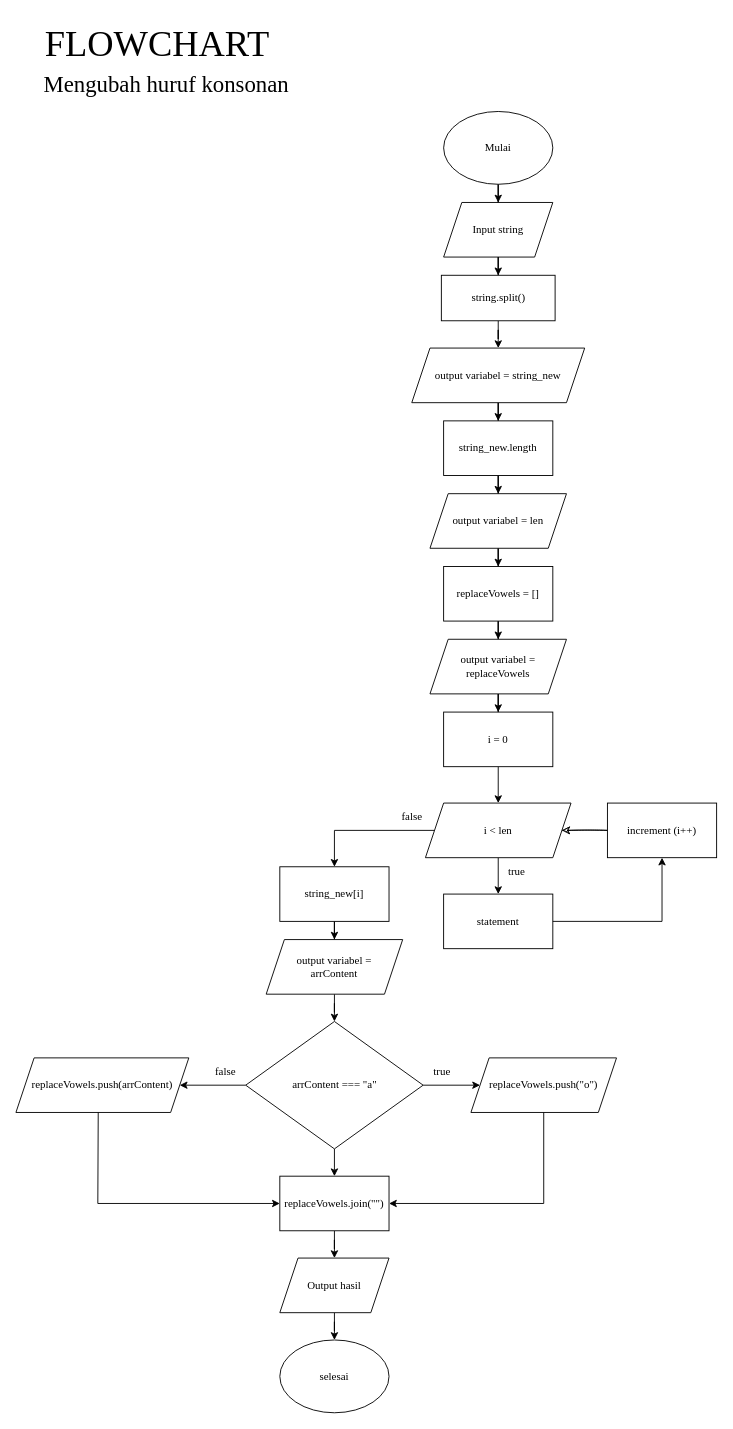
This is week2/Algoritma Dasar & Flowchart/dataFlowchart/task1B.drawio from ryanagungsamudra/fazztrack, a draw.io file, before an edit. Source tidied: cells renumbered, new cells numbered last; positions are measured from the earlier drawing's top-left corner, leaving out a move shared by most shapes. Both pictures are drawn from the tidied source at 91%, with x=0, y=0 at pixel (15, 15).
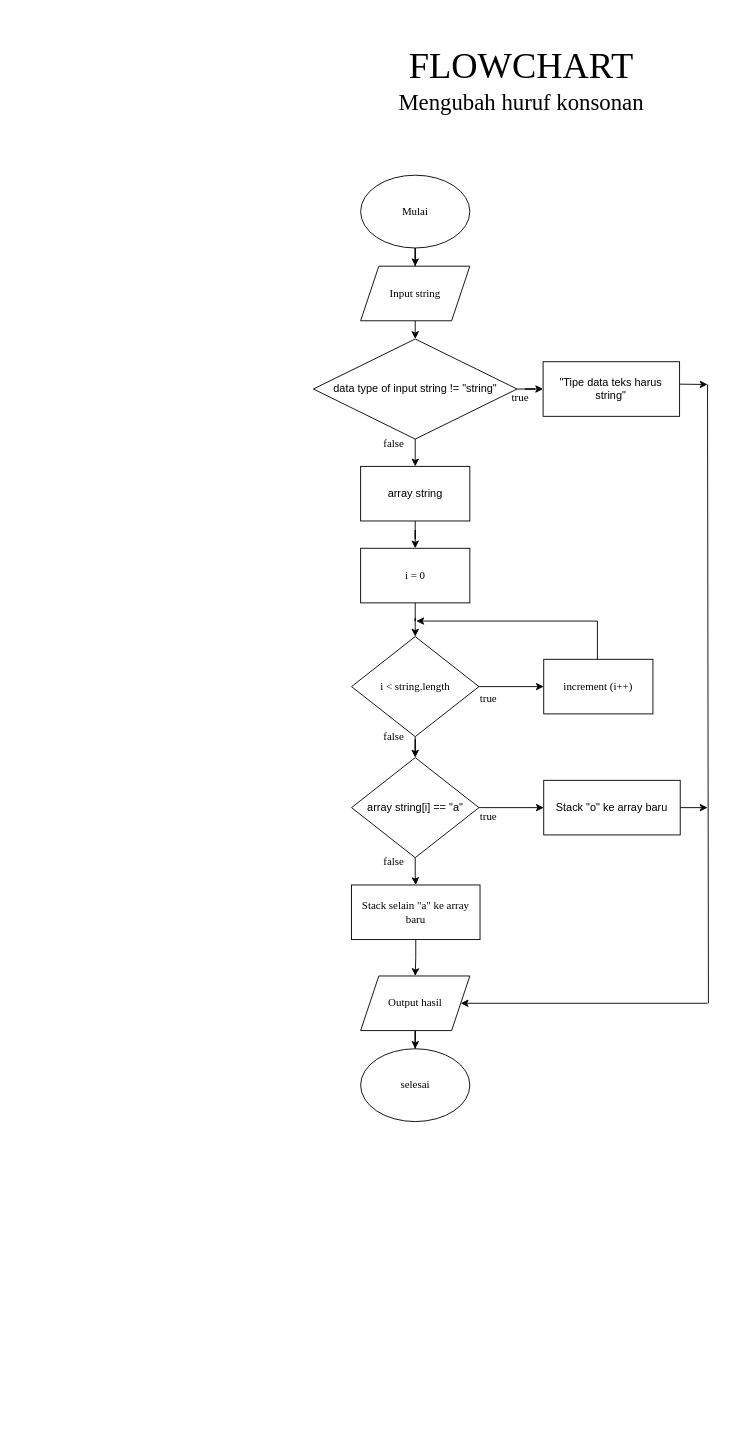
After the change.

The edit, as a diff of the source:
```diff
@@
     <mxCell id="3" value="Mulai" style="ellipse;whiteSpace=wrap;html=1;fontFamily=Times New Roman;fontStyle=0;" parent="1" vertex="1">
-      <mxGeometry x="470" y="105" width="120" height="80" as="geometry" />
+      <mxGeometry x="378.8" y="175" width="120" height="80" as="geometry" />
     </mxCell>
-    <mxCell id="4" style="edgeStyle=orthogonalEdgeStyle;rounded=0;jettySize=auto;html=1;fontFamily=Times New Roman;fontStyle=0;" parent="1" edge="1" source="5" target="7">
-      <mxGeometry relative="1" as="geometry" />
-    </mxCell>
+    <mxCell id="54" style="edgeStyle=orthogonalEdgeStyle;rounded=0;jettySize=auto;html=1;" parent="1" edge="1" source="5" target="72">
+      <mxGeometry relative="1" as="geometry" />
+    </mxCell>
     <mxCell id="5" value="Input string" style="shape=parallelogram;perimeter=parallelogramPerimeter;whiteSpace=wrap;html=1;fixedSize=1;fontFamily=Times New Roman;fontStyle=0;" parent="1" vertex="1">
-      <mxGeometry x="470" y="205" width="120" height="60" as="geometry" />
+      <mxGeometry x="378.8" y="275" width="120" height="60" as="geometry" />
     </mxCell>
-    <mxCell id="6" style="edgeStyle=orthogonalEdgeStyle;rounded=0;jettySize=auto;html=1;fontFamily=Times New Roman;fontStyle=0;" parent="1" edge="1" source="7" target="9">
-      <mxGeometry relative="1" as="geometry" />
+    <mxCell id="6" style="edgeStyle=orthogonalEdgeStyle;rounded=0;orthogonalLoop=1;jettySize=auto;html=1;fontFamily=Times New Roman;fontStyle=0;" parent="1" edge="1">
+      <mxGeometry relative="1" as="geometry">
+        <mxPoint x="530" y="345" as="sourcePoint" />
+      </mxGeometry>
     </mxCell>
-    <mxCell id="7" value="string.split()" style="whiteSpace=wrap;html=1;fontFamily=Times New Roman;fontStyle=0;" parent="1" vertex="1">
-      <mxGeometry x="467.5" y="285" width="125" height="50" as="geometry" />
-    </mxCell>
-    <mxCell id="8" style="edgeStyle=orthogonalEdgeStyle;rounded=0;jettySize=auto;html=1;fontFamily=Times New Roman;fontStyle=0;" parent="1" edge="1" source="9" target="11">
-      <mxGeometry relative="1" as="geometry" />
+    <mxCell id="8" style="edgeStyle=orthogonalEdgeStyle;rounded=0;orthogonalLoop=1;jettySize=auto;html=1;fontFamily=Times New Roman;fontStyle=0;" parent="1" edge="1">
+      <mxGeometry relative="1" as="geometry">
+        <mxPoint x="530" y="425" as="sourcePoint" />
+      </mxGeometry>
     </mxCell>
-    <mxCell id="9" value="output variabel = string_new" style="shape=parallelogram;perimeter=parallelogramPerimeter;whiteSpace=wrap;html=1;fixedSize=1;fontFamily=Times New Roman;fontStyle=0;" parent="1" vertex="1">
-      <mxGeometry x="435" y="365" width="190" height="60" as="geometry" />
-    </mxCell>
-    <mxCell id="10" style="edgeStyle=orthogonalEdgeStyle;rounded=0;jettySize=auto;html=1;fontFamily=Times New Roman;fontStyle=0;" parent="1" edge="1" source="11" target="13">
-      <mxGeometry relative="1" as="geometry" />
+    <mxCell id="10" style="edgeStyle=orthogonalEdgeStyle;rounded=0;orthogonalLoop=1;jettySize=auto;html=1;fontFamily=Times New Roman;fontStyle=0;" parent="1" edge="1">
+      <mxGeometry relative="1" as="geometry">
+        <mxPoint x="530" y="505" as="sourcePoint" />
+      </mxGeometry>
     </mxCell>
-    <mxCell id="11" value="string_new.length" style="rounded=0;whiteSpace=wrap;html=1;fontFamily=Times New Roman;fontStyle=0;" parent="1" vertex="1">
-      <mxGeometry x="470" y="445" width="120" height="60" as="geometry" />
-    </mxCell>
-    <mxCell id="12" style="edgeStyle=orthogonalEdgeStyle;rounded=0;sketch=0;jettySize=auto;html=1;fontFamily=Times New Roman;entryX=0.5;entryY=0;entryDx=0;entryDy=0;" parent="1" edge="1" source="13" target="40">
-      <mxGeometry relative="1" as="geometry" />
-    </mxCell>
-    <mxCell id="13" value="output variabel = len" style="shape=parallelogram;perimeter=parallelogramPerimeter;whiteSpace=wrap;html=1;fixedSize=1;fontFamily=Times New Roman;fontStyle=0;" parent="1" vertex="1">
-      <mxGeometry x="455" y="525" width="150" height="60" as="geometry" />
-    </mxCell>
-    <mxCell id="14" style="edgeStyle=orthogonalEdgeStyle;rounded=0;sketch=0;jettySize=auto;html=1;fontFamily=Times New Roman;entryX=0.5;entryY=0;entryDx=0;entryDy=0;" parent="1" edge="1" source="15" target="22">
-      <mxGeometry relative="1" as="geometry" />
-    </mxCell>
+    <mxCell id="55" style="edgeStyle=orthogonalEdgeStyle;rounded=0;jettySize=auto;html=1;fontFamily=Times New Roman;fontStyle=0;entryX=0.5;entryY=0;entryDx=0;entryDy=0;" parent="1" edge="1" source="15" target="69">
+      <mxGeometry relative="1" as="geometry" />
+    </mxCell>
     <mxCell id="15" value="i = 0" style="rounded=0;whiteSpace=wrap;html=1;fontFamily=Times New Roman;fontStyle=0;" parent="1" vertex="1">
-      <mxGeometry x="470" y="765" width="120" height="60" as="geometry" />
+      <mxGeometry x="378.8" y="585" width="120" height="60" as="geometry" />
     </mxCell>
-    <mxCell id="16" style="edgeStyle=orthogonalEdgeStyle;rounded=0;jettySize=auto;html=1;fontFamily=Times New Roman;fontStyle=0;" parent="1" edge="1" source="19" target="23">
-      <mxGeometry relative="1" as="geometry" />
-    </mxCell>
-    <mxCell id="17" style="edgeStyle=orthogonalEdgeStyle;rounded=0;jettySize=auto;html=1;fontFamily=Times New Roman;fontStyle=0;" parent="1" edge="1" source="19" target="24">
-      <mxGeometry relative="1" as="geometry" />
-    </mxCell>
-    <mxCell id="18" style="edgeStyle=orthogonalEdgeStyle;rounded=0;jettySize=auto;html=1;fontFamily=Times New Roman;fontStyle=0;" parent="1" edge="1" source="19">
-      <mxGeometry relative="1" as="geometry">
-        <mxPoint x="350" y="1275" as="targetPoint" />
-      </mxGeometry>
-    </mxCell>
-    <mxCell id="19" value="arrContent === &quot;a&quot;" style="rhombus;whiteSpace=wrap;html=1;fontFamily=Times New Roman;fontStyle=0;" parent="1" vertex="1">
-      <mxGeometry x="252.5" y="1105" width="195" height="140" as="geometry" />
-    </mxCell>
-    <mxCell id="20" style="edgeStyle=orthogonalEdgeStyle;rounded=0;jettySize=auto;html=1;exitX=0;exitY=0.5;exitDx=0;exitDy=0;fontFamily=Times New Roman;fontStyle=0;entryX=0.5;entryY=0;entryDx=0;entryDy=0;" parent="1" edge="1" source="22" target="49">
-      <mxGeometry relative="1" as="geometry">
-        <Array as="points">
-          <mxPoint x="350" y="895" />
-        </Array>
-      </mxGeometry>
-    </mxCell>
-    <mxCell id="21" style="edgeStyle=orthogonalEdgeStyle;rounded=0;sketch=0;jettySize=auto;html=1;fontFamily=Times New Roman;fontStyle=0;" parent="1" edge="1" source="22" target="35">
-      <mxGeometry relative="1" as="geometry" />
-    </mxCell>
-    <mxCell id="22" value="i &amp;lt; len" style="shape=parallelogram;perimeter=parallelogramPerimeter;whiteSpace=wrap;html=1;fixedSize=1;fontFamily=Times New Roman;fontStyle=0;" parent="1" vertex="1">
-      <mxGeometry x="450" y="865" width="160" height="60" as="geometry" />
-    </mxCell>
-    <mxCell id="23" value="replaceVowels.push(&quot;o&quot;)" style="shape=parallelogram;perimeter=parallelogramPerimeter;whiteSpace=wrap;html=1;fixedSize=1;fontFamily=Times New Roman;fontStyle=0;" parent="1" vertex="1">
-      <mxGeometry x="500" y="1145" width="160" height="60" as="geometry" />
-    </mxCell>
-    <mxCell id="24" value="replaceVowels.push(arrContent)" style="shape=parallelogram;perimeter=parallelogramPerimeter;whiteSpace=wrap;html=1;fixedSize=1;fontFamily=Times New Roman;fontStyle=0;" parent="1" vertex="1">
-      <mxGeometry y="1145" width="190" height="60" as="geometry" />
-    </mxCell>
+    <mxCell id="56" style="edgeStyle=orthogonalEdgeStyle;rounded=0;sketch=0;jettySize=auto;html=1;entryX=0;entryY=0.5;entryDx=0;entryDy=0;exitX=1;exitY=0.5;exitDx=0;exitDy=0;" parent="1" edge="1" source="69" target="34">
+      <mxGeometry relative="1" as="geometry" />
+    </mxCell>
+    <mxCell id="57" style="edgeStyle=orthogonalEdgeStyle;rounded=0;sketch=0;jettySize=auto;html=1;exitX=0.5;exitY=1;exitDx=0;exitDy=0;" parent="1" edge="1" source="69" target="63">
+      <mxGeometry relative="1" as="geometry" />
+    </mxCell>
+    <mxCell id="58" style="edgeStyle=orthogonalEdgeStyle;rounded=0;sketch=0;jettySize=auto;html=1;exitX=0.5;exitY=1;exitDx=0;exitDy=0;" parent="1" edge="1" source="68" target="46">
+      <mxGeometry relative="1" as="geometry" />
+    </mxCell>
+    <mxCell id="45" style="edgeStyle=orthogonalEdgeStyle;rounded=0;jettySize=auto;html=1;fontFamily=Times New Roman;fontStyle=0;" parent="1" edge="1" source="46" target="25">
+      <mxGeometry relative="1" as="geometry" />
+    </mxCell>
+    <mxCell id="46" value="Output hasil" style="shape=parallelogram;perimeter=parallelogramPerimeter;whiteSpace=wrap;html=1;fixedSize=1;fontFamily=Times New Roman;fontStyle=0;" parent="1" vertex="1">
+      <mxGeometry x="378.8" y="1055" width="120" height="60" as="geometry" />
+    </mxCell>
     <mxCell id="25" value="selesai" style="ellipse;whiteSpace=wrap;html=1;fontFamily=Times New Roman;fontStyle=0;" parent="1" vertex="1">
-      <mxGeometry x="290" y="1455" width="120" height="80" as="geometry" />
+      <mxGeometry x="378.8" y="1135" width="120" height="80" as="geometry" />
     </mxCell>
-    <mxCell id="26" value="false" style="text;html=1;align=center;verticalAlign=middle;strokeColor=none;fillColor=none;fontFamily=Times New Roman;fontStyle=0;" parent="1" vertex="1">
-      <mxGeometry x="205" y="1145" width="50" height="30" as="geometry" />
-    </mxCell>
-    <mxCell id="27" value="true" style="text;html=1;align=center;verticalAlign=middle;strokeColor=none;fillColor=none;fontFamily=Times New Roman;fontStyle=0;" parent="1" vertex="1">
-      <mxGeometry x="447.5" y="1145" width="40" height="30" as="geometry" />
-    </mxCell>
-    <mxCell id="28" style="endArrow=none;html=1;rounded=0;fontFamily=Times New Roman;fontStyle=0;entryX=0.5;entryY=1;entryDx=0;entryDy=0;" parent="1" edge="1" target="23">
+    <mxCell id="28" style="endArrow=none;html=1;rounded=0;fontFamily=Times New Roman;fontStyle=0;" parent="1" edge="1">
       <mxGeometry relative="1" as="geometry">
-        <mxPoint x="580" y="1305" as="sourcePoint" />
+        <mxPoint x="761" y="1085" as="sourcePoint" />
+        <mxPoint x="760" y="405" as="targetPoint" />
       </mxGeometry>
     </mxCell>
-    <mxCell id="29" style="endArrow=classic;html=1;rounded=0;entryX=1;entryY=0.5;entryDx=0;entryDy=0;fontFamily=Times New Roman;fontStyle=0;" parent="1" edge="1" target="44">
+    <mxCell id="29" style="endArrow=classic;html=1;rounded=0;fontFamily=Times New Roman;fontStyle=0;entryX=1;entryY=0.5;entryDx=0;entryDy=0;" parent="1" edge="1" target="46">
       <mxGeometry relative="1" as="geometry">
-        <mxPoint x="580" y="1305" as="sourcePoint" />
+        <mxPoint x="760" y="1085" as="sourcePoint" />
       </mxGeometry>
     </mxCell>
-    <mxCell id="30" style="endArrow=none;html=1;rounded=0;entryX=0.476;entryY=0.999;entryDx=0;entryDy=0;fontFamily=Times New Roman;fontStyle=0;entryPerimeter=0;" parent="1" edge="1" target="24">
-      <mxGeometry relative="1" as="geometry">
-        <mxPoint x="90" y="1305" as="sourcePoint" />
-      </mxGeometry>
-    </mxCell>
-    <mxCell id="31" style="endArrow=classic;html=1;rounded=0;entryX=0;entryY=0.5;entryDx=0;entryDy=0;fontFamily=Times New Roman;fontStyle=0;" parent="1" edge="1" target="44">
-      <mxGeometry relative="1" as="geometry">
-        <mxPoint x="90" y="1305" as="sourcePoint" />
-      </mxGeometry>
-    </mxCell>
     <mxCell id="32" value="false" style="text;html=1;align=center;verticalAlign=middle;strokeColor=none;fillColor=none;fontFamily=Times New Roman;fontStyle=0;" parent="1" vertex="1">
-      <mxGeometry x="410" y="865" width="50" height="30" as="geometry" />
+      <mxGeometry x="390" y="777" width="50" height="30" as="geometry" />
     </mxCell>
-    <mxCell id="33" style="edgeStyle=orthogonalEdgeStyle;rounded=0;sketch=1;jettySize=auto;html=1;entryX=1;entryY=0.5;entryDx=0;entryDy=0;fontFamily=Times New Roman;fontStyle=0;" parent="1" edge="1" source="34" target="22">
-      <mxGeometry relative="1" as="geometry" />
+    <mxCell id="33" style="edgeStyle=orthogonalEdgeStyle;rounded=0;sketch=0;jettySize=auto;html=1;fontFamily=Times New Roman;fontStyle=0;" parent="1" edge="1" source="34">
+      <mxGeometry relative="1" as="geometry">
+        <mxPoint x="440" y="665" as="targetPoint" />
+        <Array as="points">
+          <mxPoint x="639" y="665" />
+        </Array>
+      </mxGeometry>
     </mxCell>
     <mxCell id="34" value="increment (i++)" style="rounded=0;whiteSpace=wrap;html=1;strokeColor=default;fontFamily=Times New Roman;fontStyle=0;" parent="1" vertex="1">
-      <mxGeometry x="650" y="865" width="120" height="60" as="geometry" />
+      <mxGeometry x="580" y="707" width="120" height="60" as="geometry" />
     </mxCell>
-    <mxCell id="35" value="statement" style="rounded=0;whiteSpace=wrap;html=1;strokeColor=default;fontFamily=Times New Roman;fontStyle=0;" parent="1" vertex="1">
-      <mxGeometry x="470" y="965" width="120" height="60" as="geometry" />
-    </mxCell>
     <mxCell id="36" value="true" style="text;html=1;align=center;verticalAlign=middle;strokeColor=none;fillColor=none;fontFamily=Times New Roman;fontStyle=0;" parent="1" vertex="1">
-      <mxGeometry x="530" y="925" width="40" height="30" as="geometry" />
+      <mxGeometry x="498.8" y="735" width="40" height="30" as="geometry" />
     </mxCell>
-    <mxCell id="37" style="endArrow=none;html=1;rounded=0;sketch=0;entryX=1;entryY=0.5;entryDx=0;entryDy=0;fontFamily=Times New Roman;fontStyle=0;" parent="1" edge="1" target="35">
-      <mxGeometry relative="1" as="geometry">
-        <mxPoint x="710" y="995" as="sourcePoint" />
-      </mxGeometry>
-    </mxCell>
-    <mxCell id="38" style="endArrow=classic;html=1;rounded=0;sketch=0;entryX=0.5;entryY=1;entryDx=0;entryDy=0;fontFamily=Times New Roman;fontStyle=0;" parent="1" edge="1" target="34">
-      <mxGeometry relative="1" as="geometry">
-        <mxPoint x="710" y="995" as="sourcePoint" />
-      </mxGeometry>
-    </mxCell>
-    <mxCell id="39" style="edgeStyle=orthogonalEdgeStyle;rounded=0;sketch=0;jettySize=auto;html=1;fontFamily=Times New Roman;" parent="1" edge="1" source="40" target="42">
-      <mxGeometry relative="1" as="geometry" />
-    </mxCell>
-    <mxCell id="40" value="replaceVowels = []" style="rounded=0;whiteSpace=wrap;html=1;fontFamily=Times New Roman;fontStyle=0;" parent="1" vertex="1">
-      <mxGeometry x="470" y="605" width="120" height="60" as="geometry" />
-    </mxCell>
-    <mxCell id="41" style="edgeStyle=orthogonalEdgeStyle;rounded=0;sketch=0;jettySize=auto;html=1;fontFamily=Times New Roman;" parent="1" edge="1" source="42" target="15">
-      <mxGeometry relative="1" as="geometry" />
-    </mxCell>
-    <mxCell id="42" value="output variabel = replaceVowels" style="shape=parallelogram;perimeter=parallelogramPerimeter;whiteSpace=wrap;html=1;fixedSize=1;fontFamily=Times New Roman;fontStyle=0;" parent="1" vertex="1">
-      <mxGeometry x="455" y="685" width="150" height="60" as="geometry" />
-    </mxCell>
-    <mxCell id="43" style="edgeStyle=orthogonalEdgeStyle;rounded=0;sketch=0;jettySize=auto;html=1;fontFamily=Times New Roman;" parent="1" edge="1" source="44" target="46">
-      <mxGeometry relative="1" as="geometry" />
-    </mxCell>
-    <mxCell id="44" value="replaceVowels.join(&quot;&quot;)" style="rounded=0;whiteSpace=wrap;html=1;strokeColor=default;fontFamily=Times New Roman;" parent="1" vertex="1">
-      <mxGeometry x="290" y="1275" width="120" height="60" as="geometry" />
-    </mxCell>
-    <mxCell id="45" style="edgeStyle=orthogonalEdgeStyle;rounded=0;sketch=0;jettySize=auto;html=1;fontFamily=Times New Roman;" parent="1" edge="1" source="46" target="25">
-      <mxGeometry relative="1" as="geometry" />
-    </mxCell>
-    <mxCell id="46" value="Output hasil" style="shape=parallelogram;perimeter=parallelogramPerimeter;whiteSpace=wrap;html=1;fixedSize=1;fontFamily=Times New Roman;rounded=0;" parent="1" vertex="1">
-      <mxGeometry x="290" y="1365" width="120" height="60" as="geometry" />
-    </mxCell>
-    <mxCell id="47" style="edgeStyle=orthogonalEdgeStyle;rounded=0;sketch=0;orthogonalLoop=1;jettySize=auto;html=1;fontFamily=Times New Roman;" parent="1" edge="1">
-      <mxGeometry relative="1" as="geometry">
-        <mxPoint x="350" y="1025" as="sourcePoint" />
-      </mxGeometry>
-    </mxCell>
-    <mxCell id="48" style="edgeStyle=orthogonalEdgeStyle;rounded=0;sketch=0;jettySize=auto;html=1;fontFamily=Times New Roman;" parent="1" edge="1" source="49" target="51">
-      <mxGeometry relative="1" as="geometry" />
-    </mxCell>
-    <mxCell id="49" value="string_new[i]" style="rounded=0;whiteSpace=wrap;html=1;fontFamily=Times New Roman;fontStyle=0;" parent="1" vertex="1">
-      <mxGeometry x="290" y="935" width="120" height="60" as="geometry" />
-    </mxCell>
-    <mxCell id="50" style="edgeStyle=orthogonalEdgeStyle;rounded=0;sketch=0;jettySize=auto;html=1;fontFamily=Times New Roman;" parent="1" edge="1" source="51" target="19">
-      <mxGeometry relative="1" as="geometry" />
-    </mxCell>
-    <mxCell id="51" value="output variabel = &lt;br&gt;arrContent" style="shape=parallelogram;perimeter=parallelogramPerimeter;whiteSpace=wrap;html=1;fixedSize=1;fontFamily=Times New Roman;fontStyle=0;" parent="1" vertex="1">
-      <mxGeometry x="275" y="1015" width="150" height="60" as="geometry" />
-    </mxCell>
     <mxCell id="52" value="FLOWCHART" style="text;html=1;align=center;verticalAlign=middle;strokeColor=none;fillColor=none;fontSize=40;fontFamily=Times New Roman;" parent="1" vertex="1">
-      <mxGeometry x="20" width="270" height="60" as="geometry" />
+      <mxGeometry x="420" y="25" width="270" height="60" as="geometry" />
     </mxCell>
     <mxCell id="53" value="Mengubah huruf konsonan" style="text;html=1;align=center;verticalAlign=middle;strokeColor=none;fillColor=none;fontSize=25;fontFamily=Times New Roman;" parent="1" vertex="1">
-      <mxGeometry x="20" y="55" width="290" height="40" as="geometry" />
+      <mxGeometry x="410" y="75" width="290" height="40" as="geometry" />
     </mxCell>
+    <mxCell id="59" style="edgeStyle=orthogonalEdgeStyle;rounded=0;jettySize=auto;html=1;" parent="1" edge="1" source="60" target="15">
+      <mxGeometry relative="1" as="geometry" />
+    </mxCell>
+    <mxCell id="60" value="array string" style="rounded=0;whiteSpace=wrap;html=1;" parent="1" vertex="1">
+      <mxGeometry x="378.8" y="495" width="120" height="60" as="geometry" />
+    </mxCell>
+    <mxCell id="61" style="edgeStyle=orthogonalEdgeStyle;rounded=0;sketch=0;jettySize=auto;html=1;" parent="1" edge="1" source="63" target="64">
+      <mxGeometry relative="1" as="geometry" />
+    </mxCell>
+    <mxCell id="62" style="edgeStyle=orthogonalEdgeStyle;rounded=0;sketch=0;jettySize=auto;html=1;entryX=0.5;entryY=0;entryDx=0;entryDy=0;" parent="1" edge="1" source="63" target="68">
+      <mxGeometry relative="1" as="geometry" />
+    </mxCell>
+    <mxCell id="63" value="array string[i] == &quot;a&quot;" style="rhombus;whiteSpace=wrap;html=1;" parent="1" vertex="1">
+      <mxGeometry x="368.8" y="815" width="140" height="110" as="geometry" />
+    </mxCell>
+    <mxCell id="64" value="Stack &quot;o&quot; ke array baru" style="whiteSpace=wrap;html=1;" parent="1" vertex="1">
+      <mxGeometry x="580" y="840" width="150" height="60" as="geometry" />
+    </mxCell>
+    <mxCell id="65" value="true" style="text;html=1;align=center;verticalAlign=middle;strokeColor=none;fillColor=none;fontFamily=Times New Roman;fontStyle=0;" parent="1" vertex="1">
+      <mxGeometry x="498.8" y="865" width="40" height="30" as="geometry" />
+    </mxCell>
+    <mxCell id="66" value="false" style="text;html=1;align=center;verticalAlign=middle;strokeColor=none;fillColor=none;fontFamily=Times New Roman;fontStyle=0;" parent="1" vertex="1">
+      <mxGeometry x="390" y="915" width="50" height="30" as="geometry" />
+    </mxCell>
+    <mxCell id="67" style="endArrow=classic;html=1;rounded=0;sketch=0;exitX=1;exitY=0.5;exitDx=0;exitDy=0;" parent="1" edge="1" source="64">
+      <mxGeometry relative="1" as="geometry">
+        <mxPoint x="760" y="870" as="targetPoint" />
+      </mxGeometry>
+    </mxCell>
+    <mxCell id="68" value="&lt;font face=&quot;Times New Roman&quot;&gt;Stack selain &quot;a&quot; ke array baru&lt;/font&gt;" style="rounded=0;whiteSpace=wrap;html=1;" parent="1" vertex="1">
+      <mxGeometry x="368.8" y="955" width="141.2" height="60" as="geometry" />
+    </mxCell>
+    <mxCell id="69" value="&lt;span style=&quot;font-family: &amp;quot;Times New Roman&amp;quot;;&quot;&gt;i &amp;lt; string.length&lt;/span&gt;" style="rhombus;whiteSpace=wrap;html=1;" parent="1" vertex="1">
+      <mxGeometry x="368.8" y="682" width="140" height="110" as="geometry" />
+    </mxCell>
+    <mxCell id="70" style="edgeStyle=orthogonalEdgeStyle;rounded=0;jettySize=auto;html=1;" parent="1" edge="1" source="72" target="73">
+      <mxGeometry relative="1" as="geometry" />
+    </mxCell>
+    <mxCell id="71" style="edgeStyle=orthogonalEdgeStyle;rounded=0;jettySize=auto;html=1;" parent="1" edge="1" source="72" target="60">
+      <mxGeometry relative="1" as="geometry" />
+    </mxCell>
+    <mxCell id="72" value="data type of input string != &quot;string&quot;" style="rhombus;whiteSpace=wrap;html=1;" parent="1" vertex="1">
+      <mxGeometry x="326.9" y="355" width="223.8" height="110" as="geometry" />
+    </mxCell>
+    <mxCell id="73" value="&quot;Tipe data teks harus string&quot;" style="whiteSpace=wrap;html=1;" parent="1" vertex="1">
+      <mxGeometry x="579.3" y="380" width="150" height="60" as="geometry" />
+    </mxCell>
+    <mxCell id="74" value="true" style="text;html=1;align=center;verticalAlign=middle;strokeColor=none;fillColor=none;fontFamily=Times New Roman;fontStyle=0;" parent="1" vertex="1">
+      <mxGeometry x="534.3" y="405" width="40" height="30" as="geometry" />
+    </mxCell>
+    <mxCell id="75" value="false" style="text;html=1;align=center;verticalAlign=middle;strokeColor=none;fillColor=none;fontFamily=Times New Roman;fontStyle=0;" parent="1" vertex="1">
+      <mxGeometry x="390" y="455" width="50" height="30" as="geometry" />
+    </mxCell>
+    <mxCell id="76" style="endArrow=classic;html=1;rounded=0;exitX=1.003;exitY=0.411;exitDx=0;exitDy=0;exitPerimeter=0;" parent="1" edge="1" source="73">
+      <mxGeometry relative="1" as="geometry">
+        <mxPoint x="760" y="405" as="targetPoint" />
+      </mxGeometry>
+    </mxCell>
```
